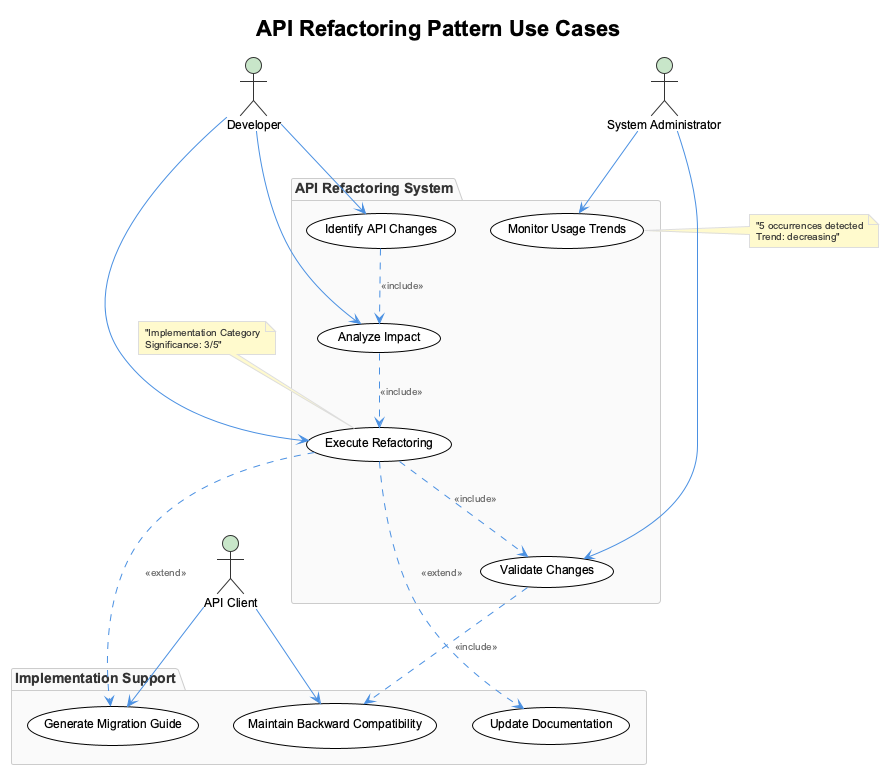
Before: knowledge-management/insights/images/api-refactoring-pattern-use-cases.png, a diagram exported from PlantUML (fwornle/coding).
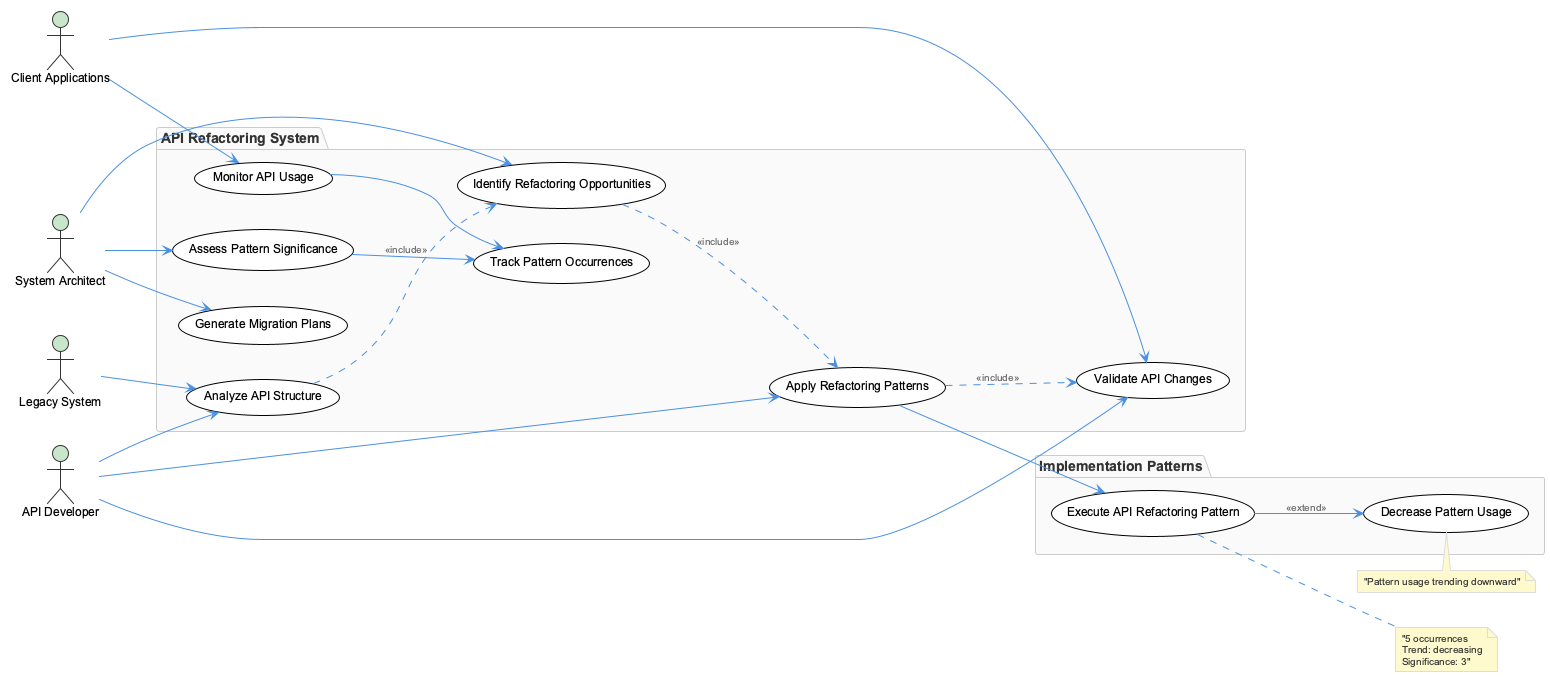
Later version of the same file.

Diff of the diagram source:
```diff
@@ -1,43 +1,50 @@
 @startuml
 !include /Users/q284340/Agentic/coding/docs/puml/_standard-style.puml
 
-title API Refactoring Pattern Use Cases
+left to right direction
 
-actor "Developer" as dev
-actor "API Client" as client
-actor "System Administrator" as admin
+actor "API Developer" as dev
+actor "System Architect" as architect
+actor "Legacy System" as legacy
+actor "Client Applications" as clients
 
 package "API Refactoring System" {
-    usecase "Identify API Changes" as identify
-    usecase "Analyze Impact" as analyze
-    usecase "Execute Refactoring" as execute
-    usecase "Validate Changes" as validate
-    usecase "Monitor Usage Trends" as monitor
+  usecase "Analyze API Structure" as analyze
+  usecase "Identify Refactoring Opportunities" as identify
+  usecase "Apply Refactoring Patterns" as apply
+  usecase "Validate API Changes" as validate
+  usecase "Monitor API Usage" as monitor
+  usecase "Generate Migration Plans" as migrate
+  usecase "Track Pattern Occurrences" as track
+  usecase "Assess Pattern Significance" as assess
 }
 
-package "Implementation Support" {
-    usecase "Generate Migration Guide" as migrate
-    usecase "Update Documentation" as docs
-    usecase "Maintain Backward Compatibility" as compat
+package "Implementation Patterns" {
+  usecase "Execute API Refactoring Pattern" as execute
+  usecase "Decrease Pattern Usage" as decrease
 }
 
-dev --> identify
 dev --> analyze
-dev --> execute
-admin --> monitor
-admin --> validate
+dev --> apply
+dev --> validate
+architect --> identify
+architect --> assess
+architect --> migrate
 
-client --> compat
-client --> migrate
+legacy --> analyze
+clients --> monitor
+clients --> validate
 
-identify ..> analyze : <<include>>
-analyze ..> execute : <<include>>
-execute ..> validate : <<include>>
-execute ..> migrate : <<extend>>
-execute ..> docs : <<extend>>
-validate ..> compat : <<include>>
+analyze ..> identify : <<include>>
+identify ..> apply : <<include>>
+apply ..> validate : <<include>>
+apply --> execute
+monitor --> track
+assess --> track
 
-note right of monitor : "5 occurrences detected\nTrend: decreasing"
-note top of execute : "Implementation Category\nSignificance: 3/5"
+execute --> decrease : <<extend>>
+
+note right of execute : "5 occurrences\nTrend: decreasing\nSignificance: 3"
+note top of decrease : "Pattern usage trending downward"
 
 @enduml
```
